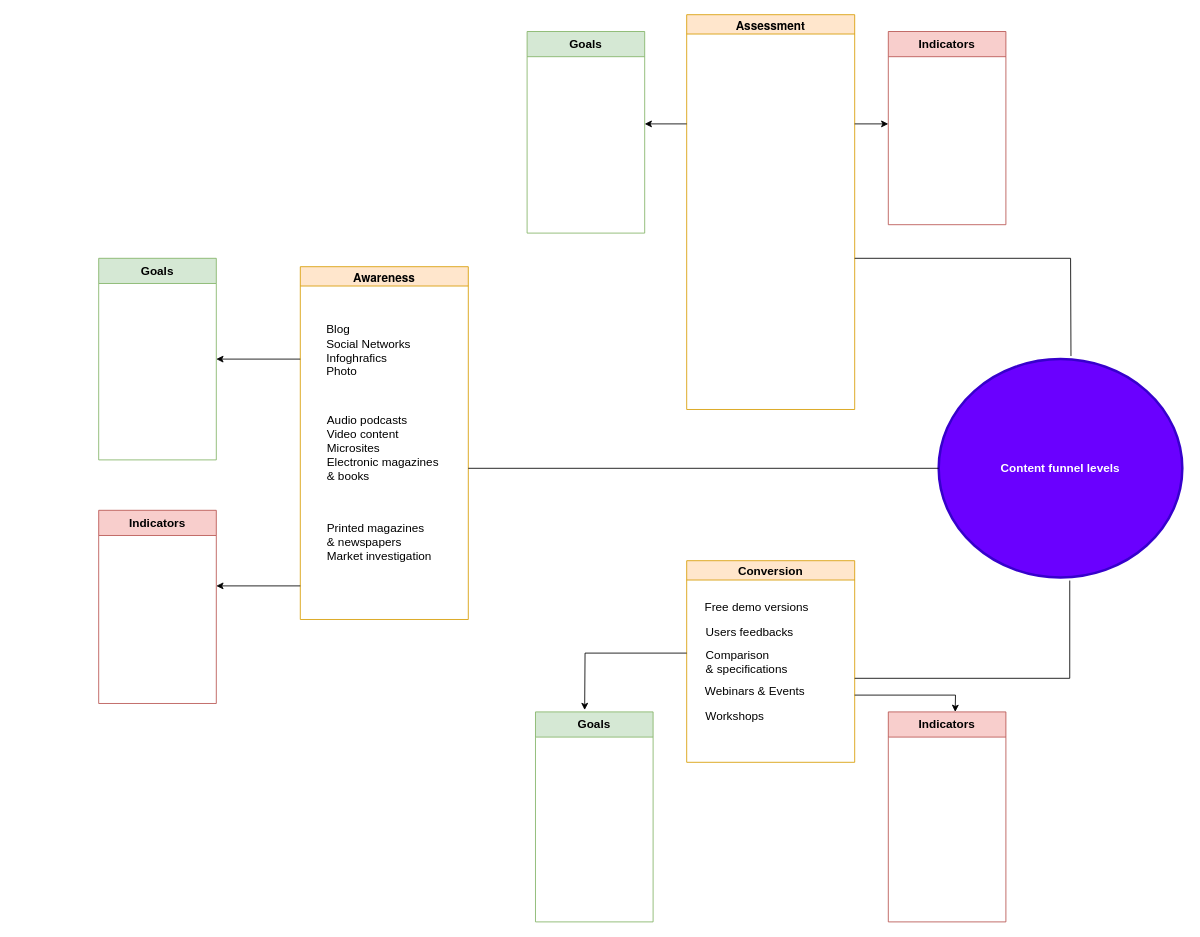
The draw.io diagram Content  marketing diagram.drawio in annastazi09/blog, before the edit. Source tidied: cells renumbered, new cells numbered last; positions are measured from the earlier drawing's top-left corner, leaving out a move shared by most shapes. Both pictures are drawn from the tidied source at 84%, with x=0, y=0 at pixel (98, 14).
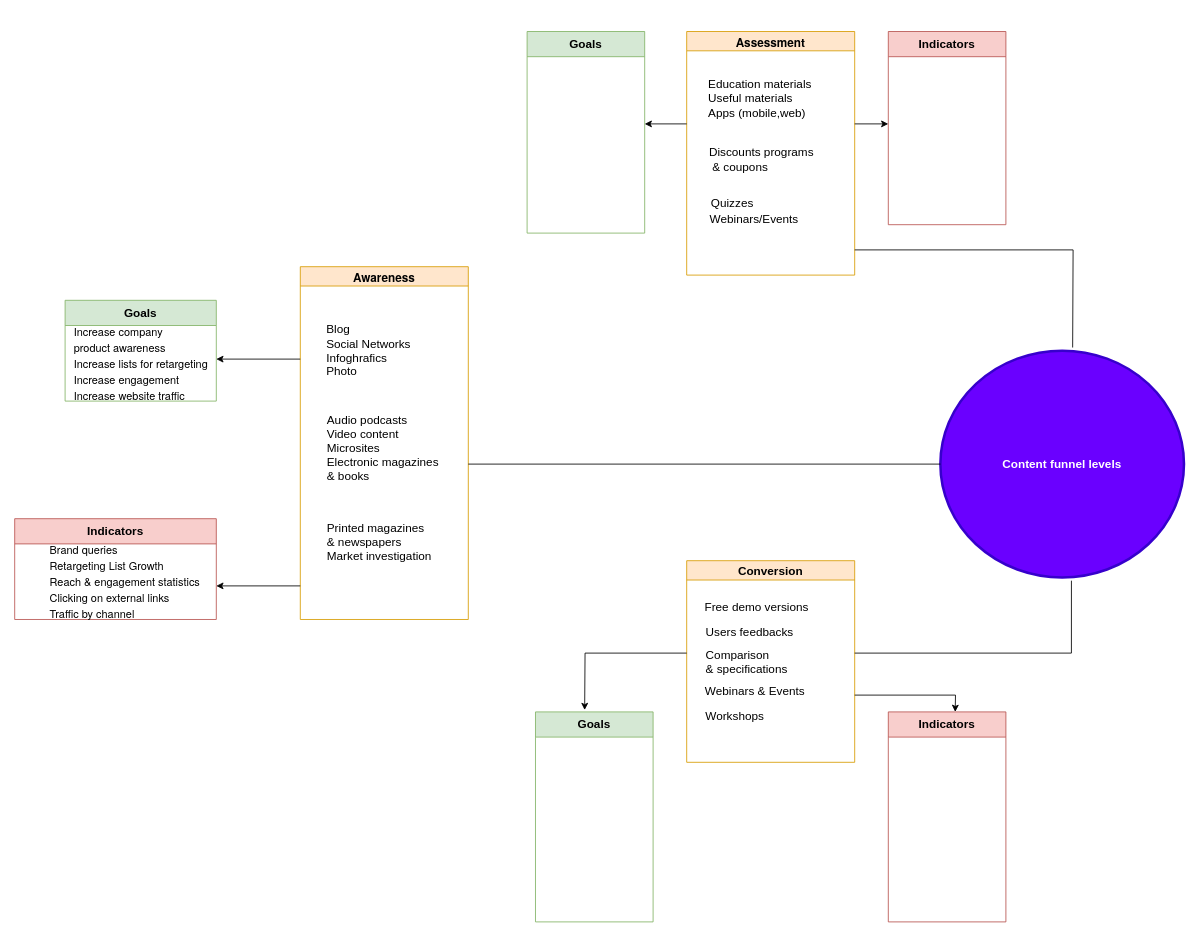
The same diagram, later.

Change to the diagram source:
```diff
@@
     <mxCell id="2" value="&lt;p style=&quot;margin: 0px; font-variant-numeric: normal; font-variant-east-asian: normal; font-stretch: normal; line-height: normal; font-family: &amp;quot;Helvetica Neue&amp;quot;; text-align: start;&quot; class=&quot;p1&quot;&gt;&lt;font style=&quot;font-size: 14px;&quot;&gt;Assessment&lt;/font&gt;&lt;/p&gt;" style="swimlane;whiteSpace=wrap;html=1;fillColor=#ffe6cc;strokeColor=#d79b00;" parent="1" vertex="1">
-      <mxGeometry x="700" width="200" height="470" as="geometry" />
+      <mxGeometry x="700" y="20" width="200" height="290" as="geometry" />
     </mxCell>
+    <mxCell id="29" value="&lt;font style=&quot;font-size: 14px;&quot;&gt;Education materials&lt;br&gt;Useful materials&lt;br&gt;Apps (mobile,web)&lt;br&gt;&lt;br&gt;&lt;br&gt;&lt;br&gt;&lt;/font&gt;" style="text;html=1;align=left;verticalAlign=middle;strokeColor=none;fillColor=none;" parent="2" vertex="1">
+      <mxGeometry x="24" y="50" width="150" height="110" as="geometry" />
+    </mxCell>
+    <mxCell id="30" value="Discounts programs&lt;br&gt;&amp;nbsp;&amp;amp; coupons" style="text;html=1;align=left;verticalAlign=middle;strokeColor=none;fillColor=none;fontSize=14;" parent="2" vertex="1">
+      <mxGeometry x="25" y="127" width="150" height="50" as="geometry" />
+    </mxCell>
+    <mxCell id="31" value="Quizzes" style="text;html=1;align=center;verticalAlign=middle;strokeColor=none;fillColor=none;fontSize=14;" parent="2" vertex="1">
+      <mxGeometry x="19" y="190" width="70" height="30" as="geometry" />
+    </mxCell>
+    <mxCell id="32" value="Webinars/Events" style="text;html=1;align=center;verticalAlign=middle;strokeColor=none;fillColor=none;fontSize=14;" parent="2" vertex="1">
+      <mxGeometry x="15" y="209" width="130" height="30" as="geometry" />
+    </mxCell>
@@
     <mxCell id="13" value="&lt;font style=&quot;font-size: 14px;&quot;&gt;&lt;b&gt;Content funnel levels&lt;/b&gt;&lt;/font&gt;" style="ellipse;whiteSpace=wrap;html=1;fillColor=#6a00ff;fontColor=#ffffff;strokeColor=#3700CC;strokeWidth=3;" parent="1" vertex="1">
-      <mxGeometry x="1000" y="410" width="290" height="260" as="geometry" />
+      <mxGeometry x="1002" y="400" width="290" height="270" as="geometry" />
     </mxCell>
     <mxCell id="14" style="endArrow=none;html=1;rounded=0;fontSize=14;entryX=0;entryY=0.5;entryDx=0;entryDy=0;" parent="1" edge="1" target="13">
       <mxGeometry relative="1" as="geometry">
-        <mxPoint x="440" y="540" as="sourcePoint" />
+        <mxPoint x="440" y="535" as="sourcePoint" />
       </mxGeometry>
     </mxCell>
     <mxCell id="15" style="endArrow=none;html=1;rounded=0;fontSize=14;exitX=0.543;exitY=-0.014;exitDx=0;exitDy=0;exitPerimeter=0;" parent="1" edge="1" source="13">
       <mxGeometry relative="1" as="geometry">
-        <mxPoint x="900" y="290" as="targetPoint" />
+        <mxPoint x="900" y="280" as="targetPoint" />
         <Array as="points">
-          <mxPoint x="1157" y="290" />
+          <mxPoint x="1160" y="280" />
         </Array>
       </mxGeometry>
     </mxCell>
     <mxCell id="16" style="endArrow=none;html=1;rounded=0;fontSize=14;entryX=0.538;entryY=1.014;entryDx=0;entryDy=0;entryPerimeter=0;" parent="1" edge="1" target="13">
       <mxGeometry relative="1" as="geometry">
-        <mxPoint x="900" y="790" as="sourcePoint" />
+        <mxPoint x="900" y="760" as="sourcePoint" />
         <Array as="points">
-          <mxPoint x="1156" y="790" />
+          <mxPoint x="1158" y="760" />
         </Array>
       </mxGeometry>
     </mxCell>
@@
     <mxCell id="25" value="&lt;b&gt;Indicators&lt;/b&gt;" style="swimlane;fontStyle=0;horizontal=1;startSize=30;whiteSpace=wrap;html=1;strokeWidth=1;fontSize=14;fillColor=#f8cecc;strokeColor=#b85450;" parent="1" vertex="1">
-      <mxGeometry y="590" width="140" height="230" as="geometry" />
+      <mxGeometry x="-100" y="600" width="240" height="120" as="geometry" />
     </mxCell>
+    <mxCell id="33" value="&lt;blockquote style=&quot;margin: 0 0 0 40px; border: none; padding: 0px;&quot;&gt;&lt;p style=&quot;margin: 0px; font-variant-numeric: normal; font-variant-east-asian: normal; font-stretch: normal; font-size: 13px; line-height: normal; font-family: &amp;quot;Helvetica Neue&amp;quot;;&quot; class=&quot;p1&quot;&gt;Brand queries&lt;/p&gt;&lt;p style=&quot;margin: 0px; font-variant-numeric: normal; font-variant-east-asian: normal; font-stretch: normal; font-size: 13px; line-height: normal; font-family: &amp;quot;Helvetica Neue&amp;quot;;&quot; class=&quot;p1&quot;&gt;Retargeting List Growth&lt;/p&gt;&lt;p style=&quot;margin: 0px; font-variant-numeric: normal; font-variant-east-asian: normal; font-stretch: normal; font-size: 13px; line-height: normal; font-family: &amp;quot;Helvetica Neue&amp;quot;;&quot; class=&quot;p1&quot;&gt;Reach &amp;amp; engagement statistics&lt;/p&gt;&lt;p style=&quot;margin: 0px; font-variant-numeric: normal; font-variant-east-asian: normal; font-stretch: normal; font-size: 13px; line-height: normal; font-family: &amp;quot;Helvetica Neue&amp;quot;;&quot; class=&quot;p1&quot;&gt;Clicking on external links&lt;/p&gt;&lt;p style=&quot;margin: 0px; font-variant-numeric: normal; font-variant-east-asian: normal; font-stretch: normal; font-size: 13px; line-height: normal; font-family: &amp;quot;Helvetica Neue&amp;quot;;&quot; class=&quot;p1&quot;&gt;Traffic by channel&lt;/p&gt;&lt;/blockquote&gt;" style="text;html=1;align=left;verticalAlign=middle;strokeColor=none;fillColor=none;fontSize=14;" parent="25" vertex="1">
+      <mxGeometry y="30" width="240" height="90" as="geometry" />
+    </mxCell>
     <mxCell id="26" value="&lt;b&gt;Goals&lt;/b&gt;" style="swimlane;fontStyle=0;horizontal=1;startSize=30;whiteSpace=wrap;html=1;strokeWidth=1;fontSize=14;fillColor=#d5e8d4;strokeColor=#82b366;" parent="1" vertex="1">
-      <mxGeometry y="290" width="140" height="240" as="geometry" />
+      <mxGeometry x="-40" y="340" width="180" height="120" as="geometry" />
     </mxCell>
+    <mxCell id="34" value="&lt;p style=&quot;margin: 0px; font-variant-numeric: normal; font-variant-east-asian: normal; font-stretch: normal; font-size: 13px; line-height: normal; font-family: &amp;quot;Helvetica Neue&amp;quot;; text-align: start;&quot; class=&quot;p1&quot;&gt;Increase company&amp;nbsp;&lt;/p&gt;&lt;p style=&quot;margin: 0px; font-variant-numeric: normal; font-variant-east-asian: normal; font-stretch: normal; font-size: 13px; line-height: normal; font-family: &amp;quot;Helvetica Neue&amp;quot;; text-align: start;&quot; class=&quot;p1&quot;&gt;&lt;span style=&quot;background-color: initial;&quot;&gt;product awareness&lt;/span&gt;&lt;/p&gt;&lt;p style=&quot;margin: 0px; font-variant-numeric: normal; font-variant-east-asian: normal; font-stretch: normal; font-size: 13px; line-height: normal; font-family: &amp;quot;Helvetica Neue&amp;quot;; text-align: start;&quot; class=&quot;p1&quot;&gt;Increase lists for retargeting&lt;/p&gt;&lt;p style=&quot;margin: 0px; font-variant-numeric: normal; font-variant-east-asian: normal; font-stretch: normal; font-size: 13px; line-height: normal; font-family: &amp;quot;Helvetica Neue&amp;quot;; text-align: start;&quot; class=&quot;p1&quot;&gt;Increase engagement&lt;/p&gt;&lt;p style=&quot;margin: 0px; font-variant-numeric: normal; font-variant-east-asian: normal; font-stretch: normal; font-size: 13px; line-height: normal; font-family: &amp;quot;Helvetica Neue&amp;quot;; text-align: start;&quot; class=&quot;p1&quot;&gt;Increase website traffic&lt;/p&gt;" style="text;html=1;align=center;verticalAlign=middle;strokeColor=none;fillColor=none;fontSize=14;" parent="26" vertex="1">
+      <mxGeometry y="30" width="180" height="90" as="geometry" />
+    </mxCell>
```
